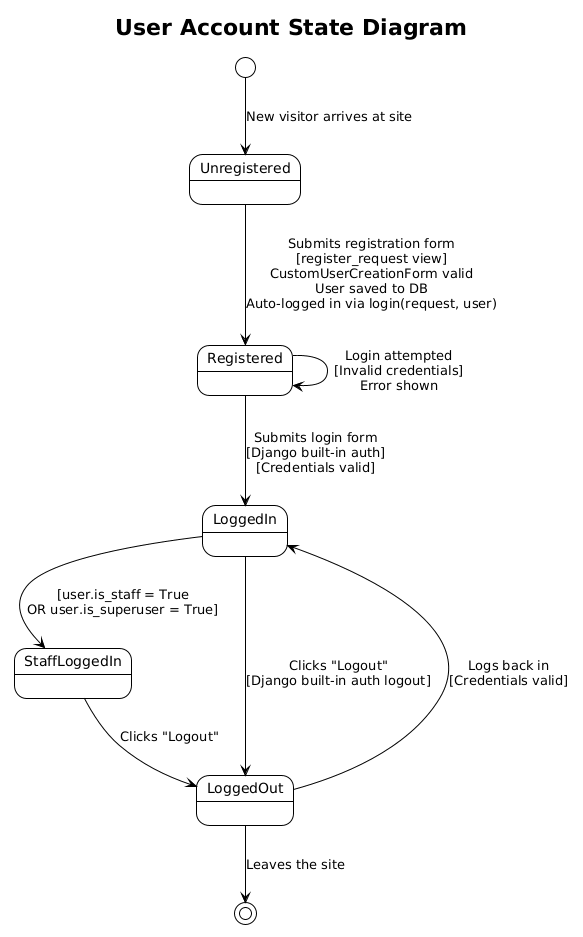
The PlantUML diagram User_State_Diagram.png in mahxri/COMP2171-Hair-Booking, before a commit. Source of this version:
```plantuml
@startuml
!theme plain
hide empty description
title User Account State Diagram

[*] --> Unregistered : New visitor arrives at site

state Unregistered {
    Unregistered :
}

Unregistered --> Registered : Submits registration form\n[register_request view]\nCustomUserCreationForm valid\nUser saved to DB\nAuto-logged in via login(request, user)

state Registered {
    Registered :
}

Registered --> LoggedIn : Submits login form\n[Django built-in auth]\n[Credentials valid]

Registered --> Registered : Login attempted\n[Invalid credentials]\nError shown

state LoggedIn {
    LoggedIn :
}

LoggedIn --> StaffLoggedIn : [user.is_staff = True\nOR user.is_superuser = True]

state StaffLoggedIn {
    StaffLoggedIn :
}

LoggedIn --> LoggedOut : Clicks "Logout"\n[Django built-in auth logout]

StaffLoggedIn --> LoggedOut : Clicks "Logout"

state LoggedOut {
    LoggedOut :
}

LoggedOut --> LoggedIn : Logs back in\n[Credentials valid]
LoggedOut --> [*] : Leaves the site
@enduml
```
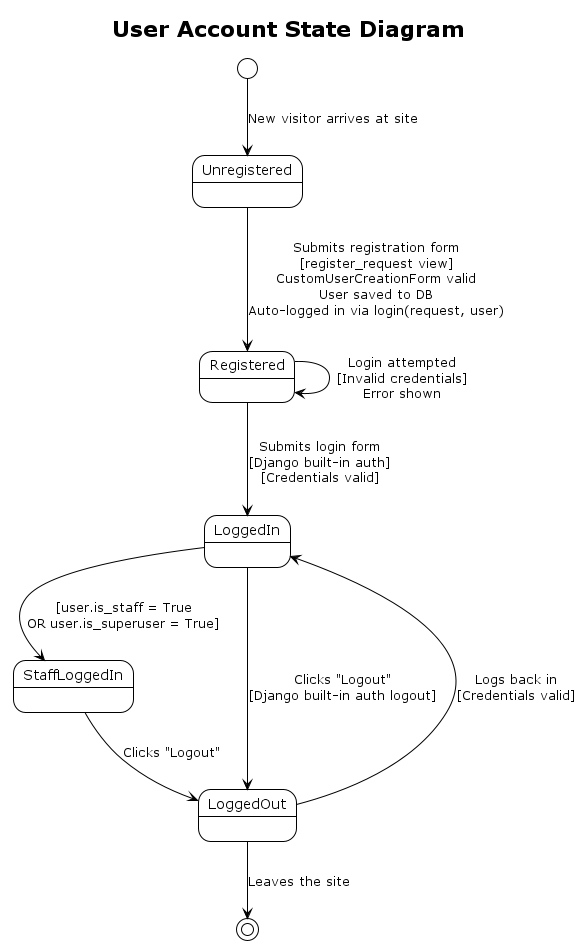
The same file after the commit.

Change to the diagram source:
```diff
@@ -1,4 +1,4 @@
-@startuml
+@startuml User_State_Diagram
 !theme plain
 hide empty description
 title User Account State Diagram
@@ -39,4 +39,5 @@
 
 LoggedOut --> LoggedIn : Logs back in\n[Credentials valid]
 LoggedOut --> [*] : Leaves the site
+
 @enduml
```
